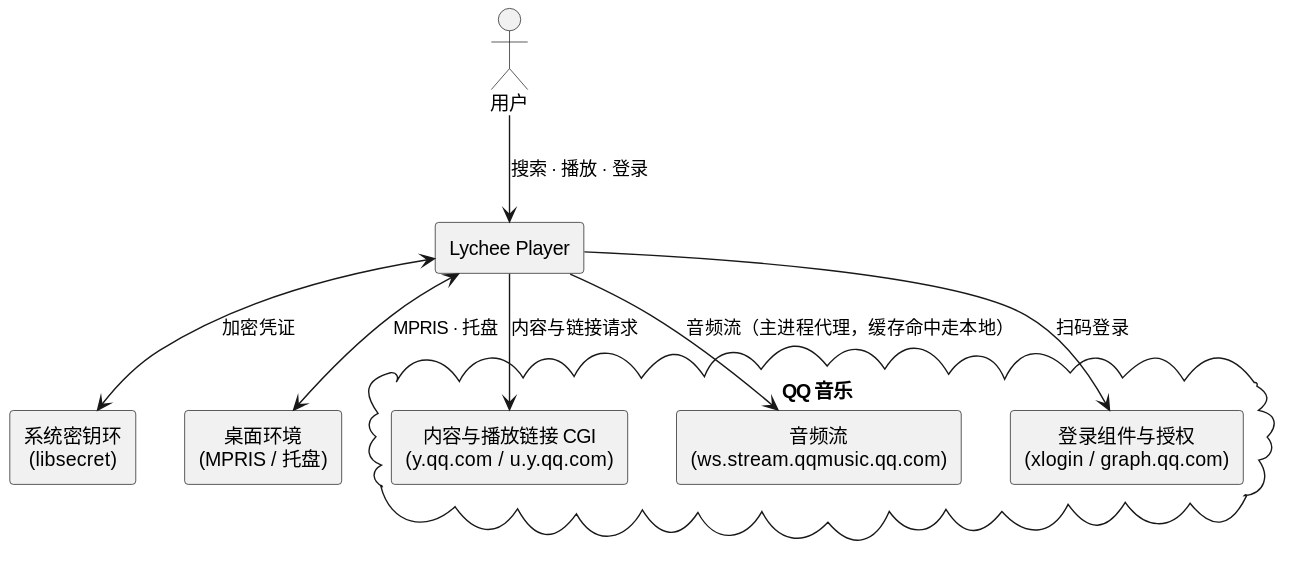
Above: diagram/general-architecture.svg in 54m43lJ/LycheePlayer (PlantUML), before the change.
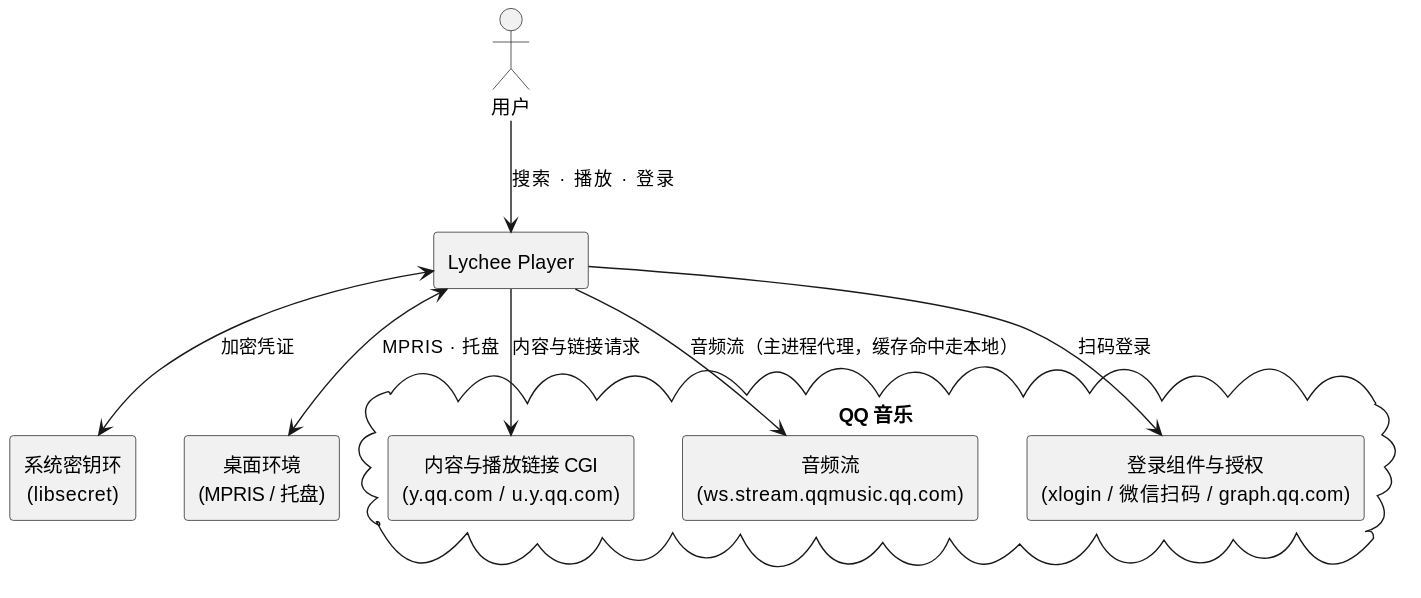
Later version of the same file.

The edit, as a diff of the source:
```diff
@@ -9,7 +9,7 @@
 cloud "QQ 音乐" {
   [内容与播放链接 CGI\n(y.qq.com / u.y.qq.com)] as API
   [音频流\n(ws.stream.qqmusic.qq.com)] as STREAM
-  [登录组件与授权\n(xlogin / graph.qq.com)] as LOGIN
+  [登录组件与授权\n(xlogin / 微信扫码 / graph.qq.com)] as LOGIN
 }
 
 component "系统密钥环\n(libsecret)" as KEYRING
```
